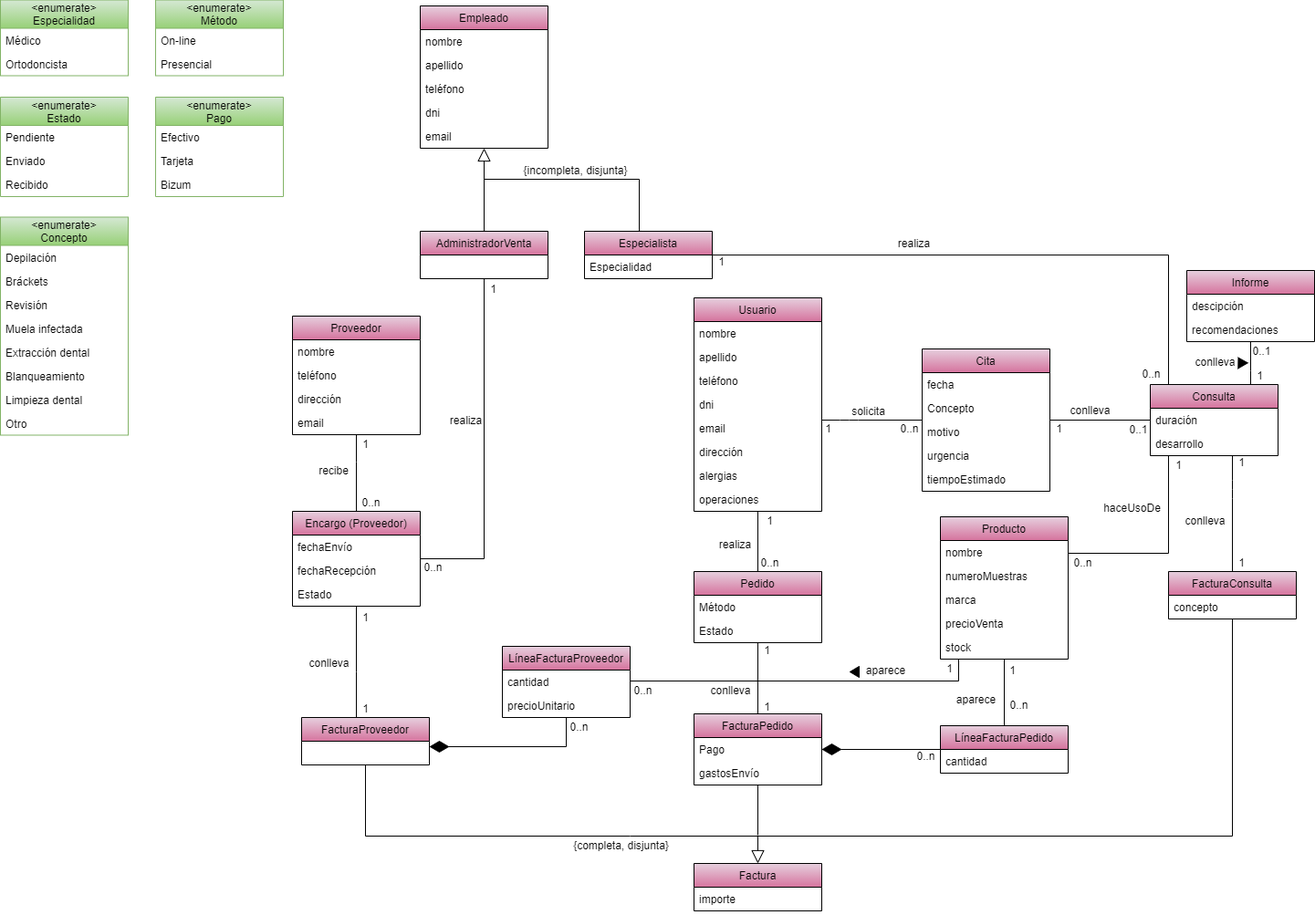
Above: Remus/doc/images/Diagrama conceptual.png in Jesusjbs/clinicaDental-ir (draw.io), before the change. Source tidied: cells renumbered, new cells last; positions are measured from the earlier drawing's top-left corner, leaving out a move shared by most shapes.
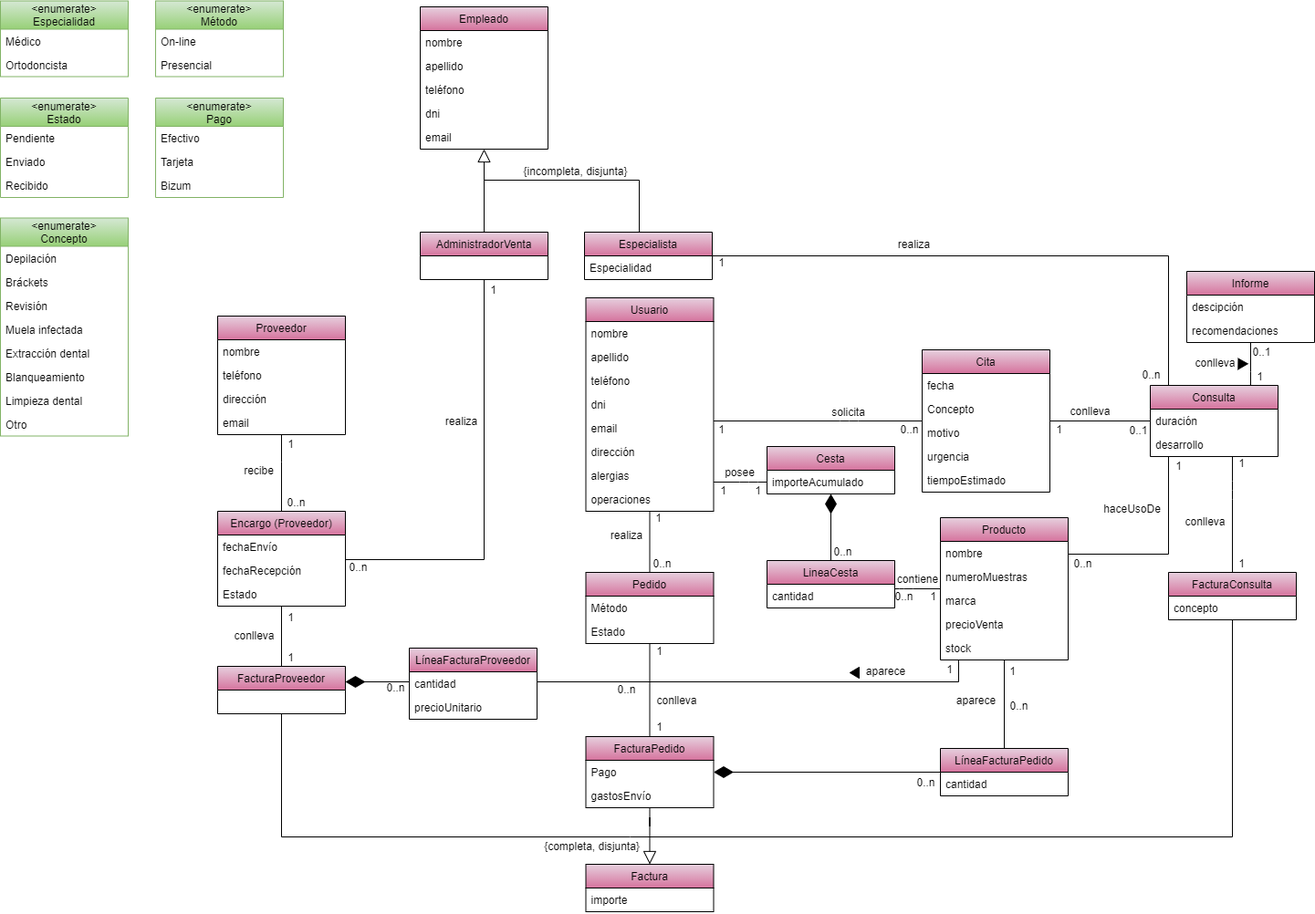
The same file after the commit.

Diff of the diagram source:
```diff
@@ -35,7 +35,7 @@
     </mxCell>
     <mxCell id="9" style="endArrow=block;endFill=0;endSize=12;html=1;entryX=0.5;entryY=0;entryDx=0;entryDy=0;" parent="1" edge="1" target="86">
       <mxGeometry relative="1" as="geometry">
-        <mxPoint x="830" y="916" as="sourcePoint" />
+        <mxPoint x="711.5" y="916" as="sourcePoint" />
       </mxGeometry>
     </mxCell>
     <mxCell id="10" style="edgeStyle=orthogonalEdgeStyle;rounded=0;jettySize=auto;html=1;endArrow=none;endFill=0;" parent="1" edge="1" source="93" target="36">
@@ -48,23 +48,24 @@
     <mxCell id="11" style="edgeStyle=orthogonalEdgeStyle;rounded=0;jettySize=auto;html=1;endArrow=none;endFill=0;" parent="1" edge="1" source="70" target="88">
       <mxGeometry relative="1" as="geometry">
         <Array as="points">
-          <mxPoint x="390" y="506" />
-          <mxPoint x="390" y="506" />
+          <mxPoint x="308" y="505" />
+          <mxPoint x="308" y="505" />
         </Array>
       </mxGeometry>
     </mxCell>
     <mxCell id="12" style="edgeStyle=orthogonalEdgeStyle;rounded=0;jettySize=auto;html=1;endArrow=none;endFill=0;startArrow=diamondThin;startFill=1;sourcePerimeterSpacing=0;targetPerimeterSpacing=0;startSize=19;" parent="1" edge="1" source="56" target="93">
       <mxGeometry relative="1" as="geometry">
         <Array as="points">
-          <mxPoint x="620" y="818" />
+          <mxPoint x="388" y="746" />
+          <mxPoint x="388" y="746" />
         </Array>
       </mxGeometry>
     </mxCell>
     <mxCell id="13" style="edgeStyle=orthogonalEdgeStyle;rounded=0;jettySize=auto;html=1;endArrow=none;endFill=0;" parent="1" edge="1" source="88" target="56">
       <mxGeometry relative="1" as="geometry">
         <Array as="points">
-          <mxPoint x="390" y="736" />
-          <mxPoint x="390" y="736" />
+          <mxPoint x="308" y="735" />
+          <mxPoint x="308" y="735" />
         </Array>
       </mxGeometry>
     </mxCell>
@@ -141,7 +142,7 @@
       <mxGeometry y="130" width="140" height="26" as="geometry" />
     </mxCell>
     <mxCell id="32" value="Pedido" style="swimlane;fontStyle=0;horizontal=1;startSize=26;fillColor=#E6D0DE;gradientColor=#D5739D;" parent="1" vertex="1">
-      <mxGeometry x="760" y="626" width="140" height="78" as="geometry" />
+      <mxGeometry x="641.5" y="626" width="140" height="78" as="geometry" />
     </mxCell>
     <mxCell id="33" value="Método" style="text;strokeColor=none;fillColor=none;align=left;verticalAlign=top;spacingLeft=4;spacingRight=4;overflow=hidden;" parent="32" vertex="1">
       <mxGeometry y="26" width="140" height="26" as="geometry" />
@@ -176,7 +177,7 @@
     </mxCell>
     <mxCell id="42" style="edgeStyle=orthogonalEdgeStyle;rounded=0;jettySize=auto;html=1;endArrow=none;endFill=0;" parent="1" edge="1" source="57">
       <mxGeometry relative="1" as="geometry">
-        <mxPoint x="830" y="915" as="targetPoint" />
+        <mxPoint x="711.5" y="915" as="targetPoint" />
       </mxGeometry>
     </mxCell>
     <mxCell id="43" value="Informe" style="swimlane;fontStyle=0;horizontal=1;startSize=26;fillColor=#E6D0DE;gradientColor=#D5739D;" parent="1" vertex="1">
@@ -223,15 +224,15 @@
       <mxGeometry relative="1" as="geometry">
         <mxPoint x="690" y="916" as="targetPoint" />
         <Array as="points">
-          <mxPoint x="400" y="916" />
+          <mxPoint x="308" y="916" />
         </Array>
       </mxGeometry>
     </mxCell>
     <mxCell id="56" value="FacturaProveedor" style="swimlane;fontStyle=0;horizontal=1;startSize=26;fillColor=#E6D0DE;gradientColor=#D5739D;" parent="1" vertex="1">
-      <mxGeometry x="330" y="786" width="140" height="52" as="geometry" />
+      <mxGeometry x="238" y="729" width="140" height="52" as="geometry" />
     </mxCell>
     <mxCell id="57" value="FacturaPedido" style="swimlane;fontStyle=0;horizontal=1;startSize=26;fillColor=#E6D0DE;gradientColor=#D5739D;" parent="1" vertex="1">
-      <mxGeometry x="760" y="782" width="140" height="78" as="geometry" />
+      <mxGeometry x="641.5" y="806" width="140" height="78" as="geometry" />
     </mxCell>
     <mxCell id="58" value="Pago" style="text;strokeColor=none;fillColor=none;align=left;verticalAlign=top;spacingLeft=4;spacingRight=4;overflow=hidden;" parent="57" vertex="1">
       <mxGeometry y="26" width="140" height="26" as="geometry" />
@@ -248,7 +249,7 @@
       </mxGeometry>
     </mxCell>
     <mxCell id="61" value="Usuario" style="swimlane;fontStyle=0;horizontal=1;startSize=26;fillColor=#E6D0DE;gradientColor=#D5739D;" parent="1" vertex="1">
-      <mxGeometry x="760" y="326" width="140" height="234" as="geometry" />
+      <mxGeometry x="641.5" y="325" width="140" height="234" as="geometry" />
     </mxCell>
     <mxCell id="62" value="nombre" style="text;strokeColor=none;fillColor=none;align=left;verticalAlign=top;spacingLeft=4;spacingRight=4;overflow=hidden;" parent="61" vertex="1">
       <mxGeometry y="26" width="140" height="26" as="geometry" />
@@ -275,7 +276,7 @@
       <mxGeometry y="208" width="140" height="26" as="geometry" />
     </mxCell>
     <mxCell id="70" value="Proveedor" style="swimlane;fontStyle=0;horizontal=1;startSize=26;fillColor=#E6D0DE;gradientColor=#D5739D;" parent="1" vertex="1">
-      <mxGeometry x="320" y="346" width="140" height="130" as="geometry" />
+      <mxGeometry x="238" y="345" width="140" height="130" as="geometry" />
     </mxCell>
     <mxCell id="71" value="nombre" style="text;strokeColor=none;fillColor=none;align=left;verticalAlign=top;spacingLeft=4;spacingRight=4;overflow=hidden;" parent="70" vertex="1">
       <mxGeometry y="26" width="140" height="26" as="geometry" />
@@ -323,13 +324,13 @@
       <mxGeometry y="213" width="140" height="26" as="geometry" />
     </mxCell>
     <mxCell id="86" value="Factura" style="swimlane;fontStyle=0;horizontal=1;startSize=26;fillColor=#E6D0DE;gradientColor=#D5739D;" parent="1" vertex="1">
-      <mxGeometry x="760" y="946" width="140" height="52" as="geometry" />
+      <mxGeometry x="641.5" y="946" width="140" height="52" as="geometry" />
     </mxCell>
     <mxCell id="87" value="importe" style="text;strokeColor=none;fillColor=none;align=left;verticalAlign=top;spacingLeft=4;spacingRight=4;overflow=hidden;" parent="86" vertex="1">
       <mxGeometry y="26" width="140" height="26" as="geometry" />
     </mxCell>
     <mxCell id="88" value="Encargo (Proveedor)" style="swimlane;fontStyle=0;horizontal=1;startSize=26;fillColor=#E6D0DE;gradientColor=#D5739D;" parent="1" vertex="1">
-      <mxGeometry x="320" y="560" width="140" height="104" as="geometry" />
+      <mxGeometry x="238" y="559" width="140" height="104" as="geometry" />
     </mxCell>
     <mxCell id="89" value="fechaEnvío" style="text;strokeColor=none;fillColor=none;align=left;verticalAlign=top;spacingLeft=4;spacingRight=4;overflow=hidden;" parent="88" vertex="1">
       <mxGeometry y="26" width="140" height="26" as="geometry" />
@@ -344,7 +345,7 @@
       <mxGeometry x="565" y="176" width="130" height="20" as="geometry" />
     </mxCell>
     <mxCell id="93" value="LíneaFacturaProveedor" style="swimlane;fontStyle=0;horizontal=1;startSize=26;fillColor=#E6D0DE;gradientColor=#D5739D;" parent="1" vertex="1">
-      <mxGeometry x="550" y="708" width="140" height="78" as="geometry" />
+      <mxGeometry x="448" y="709" width="140" height="78" as="geometry" />
     </mxCell>
     <mxCell id="94" value="cantidad" style="text;strokeColor=none;fillColor=none;align=left;verticalAlign=top;spacingLeft=4;spacingRight=4;overflow=hidden;" parent="93" vertex="1">
       <mxGeometry y="26" width="140" height="26" as="geometry" />
@@ -353,40 +354,40 @@
       <mxGeometry y="52" width="140" height="26" as="geometry" />
     </mxCell>
     <mxCell id="96" value="1" style="text;html=1;align=center;verticalAlign=middle;" parent="1" vertex="1">
-      <mxGeometry x="390" y="476" width="20" height="20" as="geometry" />
+      <mxGeometry x="308" y="475" width="20" height="20" as="geometry" />
     </mxCell>
     <mxCell id="97" value="0..n" style="text;html=1;align=center;verticalAlign=middle;" parent="1" vertex="1">
-      <mxGeometry x="386" y="540" width="40" height="20" as="geometry" />
+      <mxGeometry x="304" y="539" width="40" height="20" as="geometry" />
     </mxCell>
     <mxCell id="98" value="recibe" style="text;html=1;align=center;verticalAlign=middle;" parent="1" vertex="1">
-      <mxGeometry x="340" y="505" width="50" height="20" as="geometry" />
+      <mxGeometry x="258" y="504" width="50" height="20" as="geometry" />
     </mxCell>
     <mxCell id="99" value="realiza" style="text;html=1;align=center;verticalAlign=middle;" parent="1" vertex="1">
-      <mxGeometry x="485" y="450" width="50" height="20" as="geometry" />
+      <mxGeometry x="480" y="450" width="50" height="20" as="geometry" />
     </mxCell>
     <mxCell id="100" value="1" style="text;html=1;align=center;verticalAlign=middle;" parent="1" vertex="1">
       <mxGeometry x="530" y="306" width="20" height="20" as="geometry" />
     </mxCell>
     <mxCell id="101" value="0..n" style="text;html=1;align=center;verticalAlign=middle;" parent="1" vertex="1">
-      <mxGeometry x="454" y="611" width="40" height="20" as="geometry" />
+      <mxGeometry x="372" y="610" width="40" height="20" as="geometry" />
     </mxCell>
     <mxCell id="102" value="1" style="text;html=1;align=center;verticalAlign=middle;" parent="1" vertex="1">
-      <mxGeometry x="390" y="666" width="20" height="20" as="geometry" />
+      <mxGeometry x="308" y="665" width="20" height="20" as="geometry" />
     </mxCell>
     <mxCell id="103" value="1" style="text;html=1;align=center;verticalAlign=middle;" parent="1" vertex="1">
-      <mxGeometry x="390" y="766" width="20" height="20" as="geometry" />
+      <mxGeometry x="308" y="709" width="20" height="20" as="geometry" />
     </mxCell>
     <mxCell id="104" value="conlleva" style="text;html=1;align=center;verticalAlign=middle;" parent="1" vertex="1">
-      <mxGeometry x="330" y="716" width="60" height="20" as="geometry" />
+      <mxGeometry x="248" y="685" width="60" height="20" as="geometry" />
     </mxCell>
     <mxCell id="105" value="0..n" style="text;html=1;align=center;verticalAlign=middle;" parent="1" vertex="1">
-      <mxGeometry x="614" y="786" width="40" height="20" as="geometry" />
+      <mxGeometry x="413" y="742" width="40" height="20" as="geometry" />
     </mxCell>
     <mxCell id="106" value="{completa, disjunta}" style="text;html=1;align=center;verticalAlign=middle;" parent="1" vertex="1">
-      <mxGeometry x="620" y="916" width="120" height="20" as="geometry" />
+      <mxGeometry x="588" y="916" width="120" height="20" as="geometry" />
     </mxCell>
     <mxCell id="107" value="0..n" style="text;html=1;align=center;verticalAlign=middle;" parent="1" vertex="1">
-      <mxGeometry x="994" y="818" width="40" height="20" as="geometry" />
+      <mxGeometry x="994" y="846" width="40" height="20" as="geometry" />
     </mxCell>
     <mxCell id="108" value="Consulta" style="swimlane;fontStyle=0;horizontal=1;startSize=26;fillColor=#E6D0DE;gradientColor=#D5739D;" parent="1" vertex="1">
       <mxGeometry x="1260" y="421" width="140" height="78" as="geometry" />
@@ -398,25 +399,25 @@
       <mxGeometry y="52" width="140" height="26" as="geometry" />
     </mxCell>
     <mxCell id="111" value="1" style="text;html=1;align=center;verticalAlign=middle;" parent="1" vertex="1">
-      <mxGeometry x="896.5" y="459" width="20" height="20" as="geometry" />
+      <mxGeometry x="780" y="459" width="20" height="20" as="geometry" />
     </mxCell>
     <mxCell id="112" value="0..n" style="text;html=1;align=center;verticalAlign=middle;" parent="1" vertex="1">
       <mxGeometry x="976" y="459" width="40" height="20" as="geometry" />
     </mxCell>
     <mxCell id="113" value="solicita" style="text;html=1;align=center;verticalAlign=middle;" parent="1" vertex="1">
-      <mxGeometry x="926" y="440" width="50" height="20" as="geometry" />
+      <mxGeometry x="904" y="440" width="50" height="20" as="geometry" />
     </mxCell>
     <mxCell id="114" value="1" style="text;html=1;align=center;verticalAlign=middle;" parent="1" vertex="1">
-      <mxGeometry x="833" y="560" width="20" height="20" as="geometry" />
+      <mxGeometry x="710.5" y="556" width="20" height="20" as="geometry" />
     </mxCell>
     <mxCell id="115" value="realiza" style="text;html=1;align=center;verticalAlign=middle;" parent="1" vertex="1">
-      <mxGeometry x="780" y="586" width="50" height="20" as="geometry" />
+      <mxGeometry x="660.5" y="575" width="50" height="20" as="geometry" />
     </mxCell>
     <mxCell id="116" value="0..n" style="text;html=1;align=center;verticalAlign=middle;" parent="1" vertex="1">
-      <mxGeometry x="823" y="606" width="40" height="20" as="geometry" />
+      <mxGeometry x="704.5" y="606" width="40" height="20" as="geometry" />
     </mxCell>
     <mxCell id="117" value="0..n" style="text;html=1;align=center;verticalAlign=middle;" parent="1" vertex="1">
-      <mxGeometry x="684" y="746" width="40" height="20" as="geometry" />
+      <mxGeometry x="665.5" y="744" width="40" height="20" as="geometry" />
     </mxCell>
     <mxCell id="118" value="1" style="text;html=1;align=center;verticalAlign=middle;" parent="1" vertex="1">
       <mxGeometry x="1030" y="722" width="20" height="20" as="geometry" />
@@ -428,13 +429,13 @@
       <mxGeometry x="931" y="730" width="10" height="12" as="geometry" />
     </mxCell>
     <mxCell id="121" value="1" style="text;html=1;align=center;verticalAlign=middle;" parent="1" vertex="1">
-      <mxGeometry x="830" y="702" width="20" height="20" as="geometry" />
+      <mxGeometry x="711.5" y="702" width="20" height="20" as="geometry" />
     </mxCell>
     <mxCell id="122" value="1" style="text;html=1;align=center;verticalAlign=middle;" parent="1" vertex="1">
-      <mxGeometry x="830" y="764" width="20" height="20" as="geometry" />
+      <mxGeometry x="711.5" y="785" width="20" height="20" as="geometry" />
     </mxCell>
     <mxCell id="123" value="conlleva" style="text;html=1;align=center;verticalAlign=middle;" parent="1" vertex="1">
-      <mxGeometry x="770" y="746" width="60" height="20" as="geometry" />
+      <mxGeometry x="710.5" y="756" width="60" height="20" as="geometry" />
     </mxCell>
     <mxCell id="124" value="1" style="text;html=1;align=center;verticalAlign=middle;" parent="1" vertex="1">
       <mxGeometry x="1099" y="724" width="20" height="20" as="geometry" />
@@ -518,10 +519,68 @@
       <mxGeometry y="130" width="140" height="26" as="geometry" />
     </mxCell>
     <mxCell id="151" value="LíneaFacturaPedido" style="swimlane;fontStyle=0;horizontal=1;startSize=26;fillColor=#E6D0DE;gradientColor=#D5739D;" parent="1" vertex="1">
-      <mxGeometry x="1030" y="795" width="140" height="52" as="geometry" />
+      <mxGeometry x="1030" y="819" width="140" height="52" as="geometry" />
     </mxCell>
     <mxCell id="152" value="cantidad" style="text;strokeColor=none;fillColor=none;align=left;verticalAlign=top;spacingLeft=4;spacingRight=4;overflow=hidden;" parent="151" vertex="1">
       <mxGeometry y="26" width="140" height="26" as="geometry" />
     </mxCell>
+    <mxCell id="153" value="Cesta" style="swimlane;fontStyle=0;horizontal=1;startSize=26;fillColor=#E6D0DE;gradientColor=#D5739D;" parent="1" vertex="1">
+      <mxGeometry x="840" y="488" width="140" height="52" as="geometry" />
+    </mxCell>
+    <mxCell id="154" value="importeAcumulado" style="text;strokeColor=none;fillColor=none;align=left;verticalAlign=top;spacingLeft=4;spacingRight=4;overflow=hidden;" parent="153" vertex="1">
+      <mxGeometry y="26" width="140" height="26" as="geometry" />
+    </mxCell>
+    <mxCell id="155" value="LineaCesta" style="swimlane;fontStyle=0;horizontal=1;startSize=26;fillColor=#E6D0DE;gradientColor=#D5739D;" parent="1" vertex="1">
+      <mxGeometry x="840" y="613" width="140" height="52" as="geometry" />
+    </mxCell>
+    <mxCell id="156" value="cantidad" style="text;strokeColor=none;fillColor=none;align=left;verticalAlign=top;spacingLeft=4;spacingRight=4;overflow=hidden;" parent="155" vertex="1">
+      <mxGeometry y="26" width="140" height="26" as="geometry" />
+    </mxCell>
+    <mxCell id="157" style="endArrow=none;html=1;edgeStyle=orthogonalEdgeStyle;entryX=0;entryY=0.5;entryDx=0;entryDy=0;" parent="1" edge="1" source="61">
+      <mxGeometry relative="1" as="geometry">
+        <mxPoint x="840" y="527" as="targetPoint" />
+        <Array as="points">
+          <mxPoint x="820" y="527" />
+          <mxPoint x="820" y="527" />
+        </Array>
+      </mxGeometry>
+    </mxCell>
+    <mxCell id="158" style="endArrow=none;html=1;edgeStyle=orthogonalEdgeStyle;" parent="1" edge="1" source="155" target="36">
+      <mxGeometry relative="1" as="geometry">
+        <Array as="points">
+          <mxPoint x="990" y="644" />
+          <mxPoint x="990" y="644" />
+        </Array>
+      </mxGeometry>
+    </mxCell>
+    <mxCell id="159" value="1" style="text;html=1;align=center;verticalAlign=middle;" parent="1" vertex="1">
+      <mxGeometry x="781.5" y="526" width="20" height="20" as="geometry" />
+    </mxCell>
+    <mxCell id="160" value="1" style="text;html=1;align=center;verticalAlign=middle;" parent="1" vertex="1">
+      <mxGeometry x="820" y="526" width="20" height="20" as="geometry" />
+    </mxCell>
+    <mxCell id="161" value="posee" style="text;html=1;align=center;verticalAlign=middle;" parent="1" vertex="1">
+      <mxGeometry x="785" y="506" width="50" height="20" as="geometry" />
+    </mxCell>
+    <mxCell id="162" value="0..n" style="text;html=1;align=center;verticalAlign=middle;" parent="1" vertex="1">
+      <mxGeometry x="903" y="593" width="40" height="20" as="geometry" />
+    </mxCell>
+    <mxCell id="163" value="contiene" style="text;html=1;align=center;verticalAlign=middle;" parent="1" vertex="1">
+      <mxGeometry x="975" y="623" width="60" height="20" as="geometry" />
+    </mxCell>
+    <mxCell id="164" style="edgeStyle=orthogonalEdgeStyle;rounded=0;jettySize=auto;html=1;endArrow=none;endFill=0;startArrow=diamondThin;startFill=1;sourcePerimeterSpacing=0;targetPerimeterSpacing=0;startSize=19;" parent="1" edge="1" source="153" target="155">
+      <mxGeometry relative="1" as="geometry">
+        <Array as="points">
+          <mxPoint x="910" y="556" />
+          <mxPoint x="910" y="556" />
+        </Array>
+      </mxGeometry>
+    </mxCell>
+    <mxCell id="165" value="1" style="text;html=1;align=center;verticalAlign=middle;" parent="1" vertex="1">
+      <mxGeometry x="1012" y="642" width="20" height="20" as="geometry" />
+    </mxCell>
+    <mxCell id="166" value="0..n" style="text;html=1;align=center;verticalAlign=middle;" parent="1" vertex="1">
+      <mxGeometry x="970" y="642" width="40" height="20" as="geometry" />
+    </mxCell>
   </root>
 </mxGraphModel>
```
